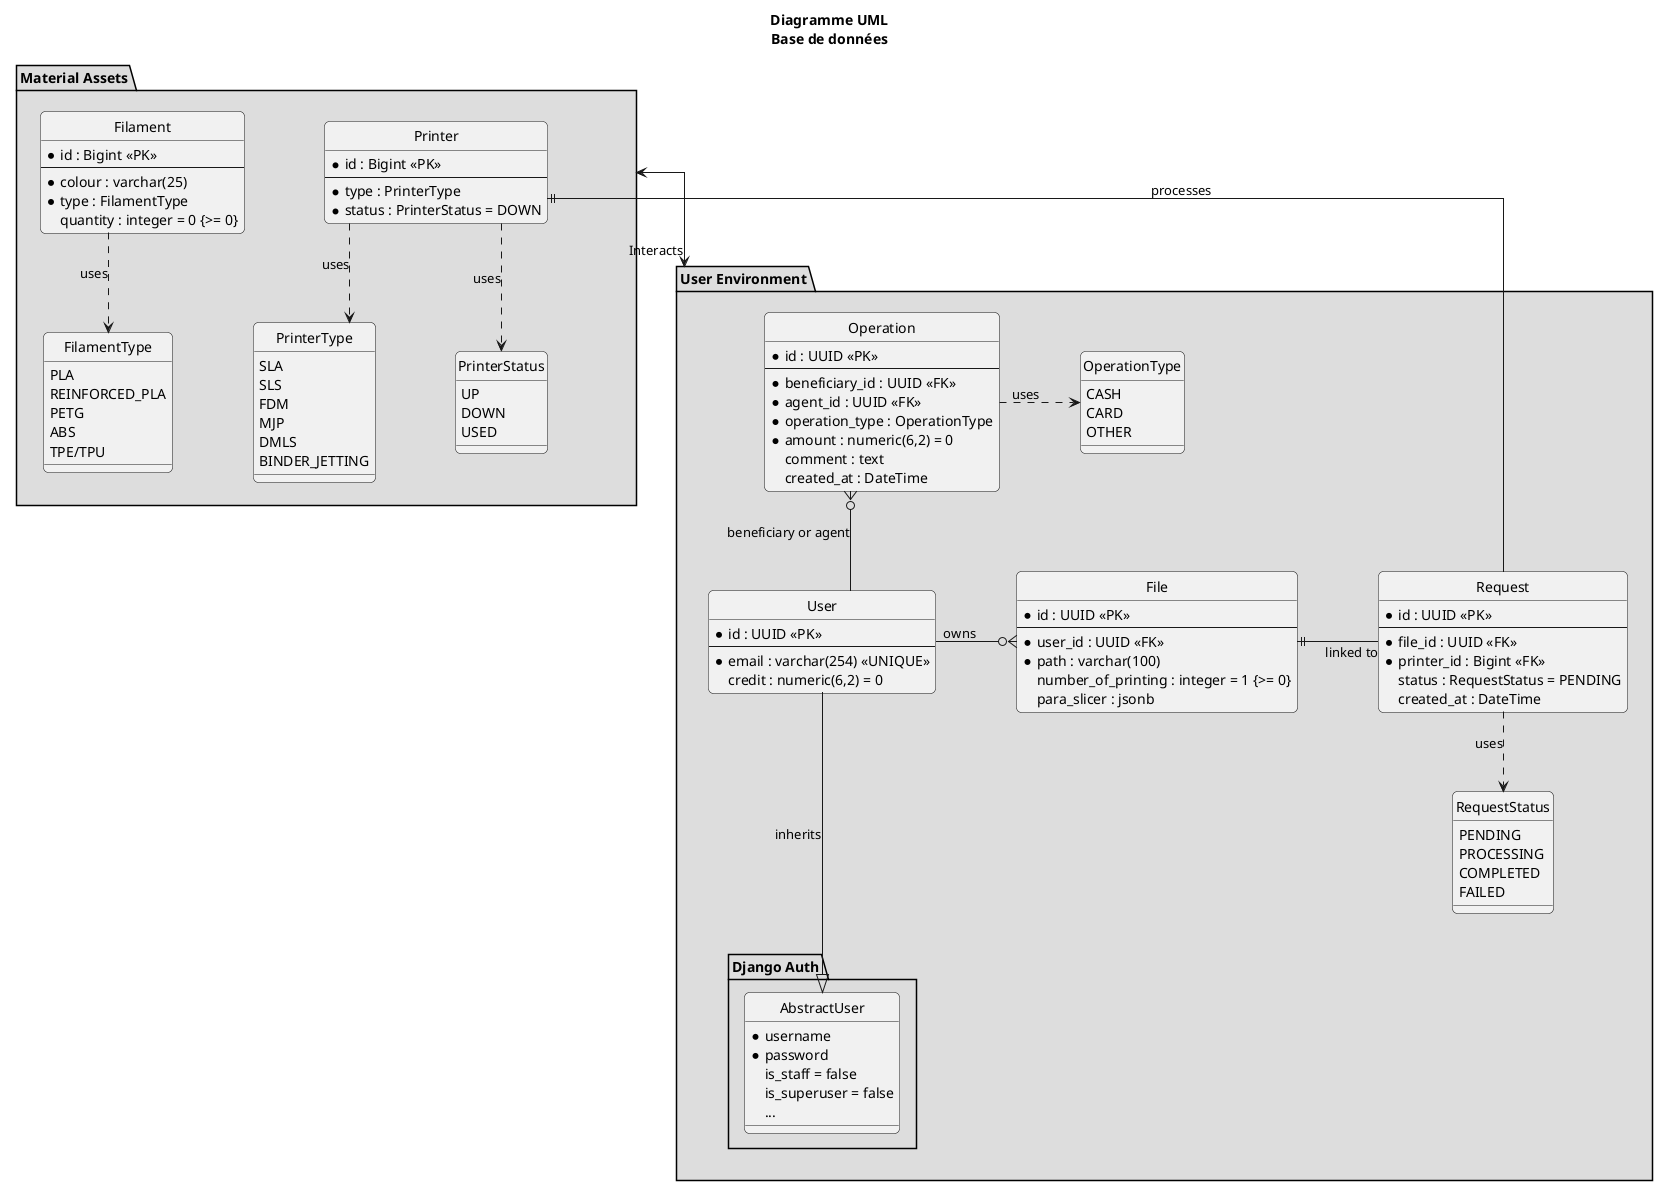
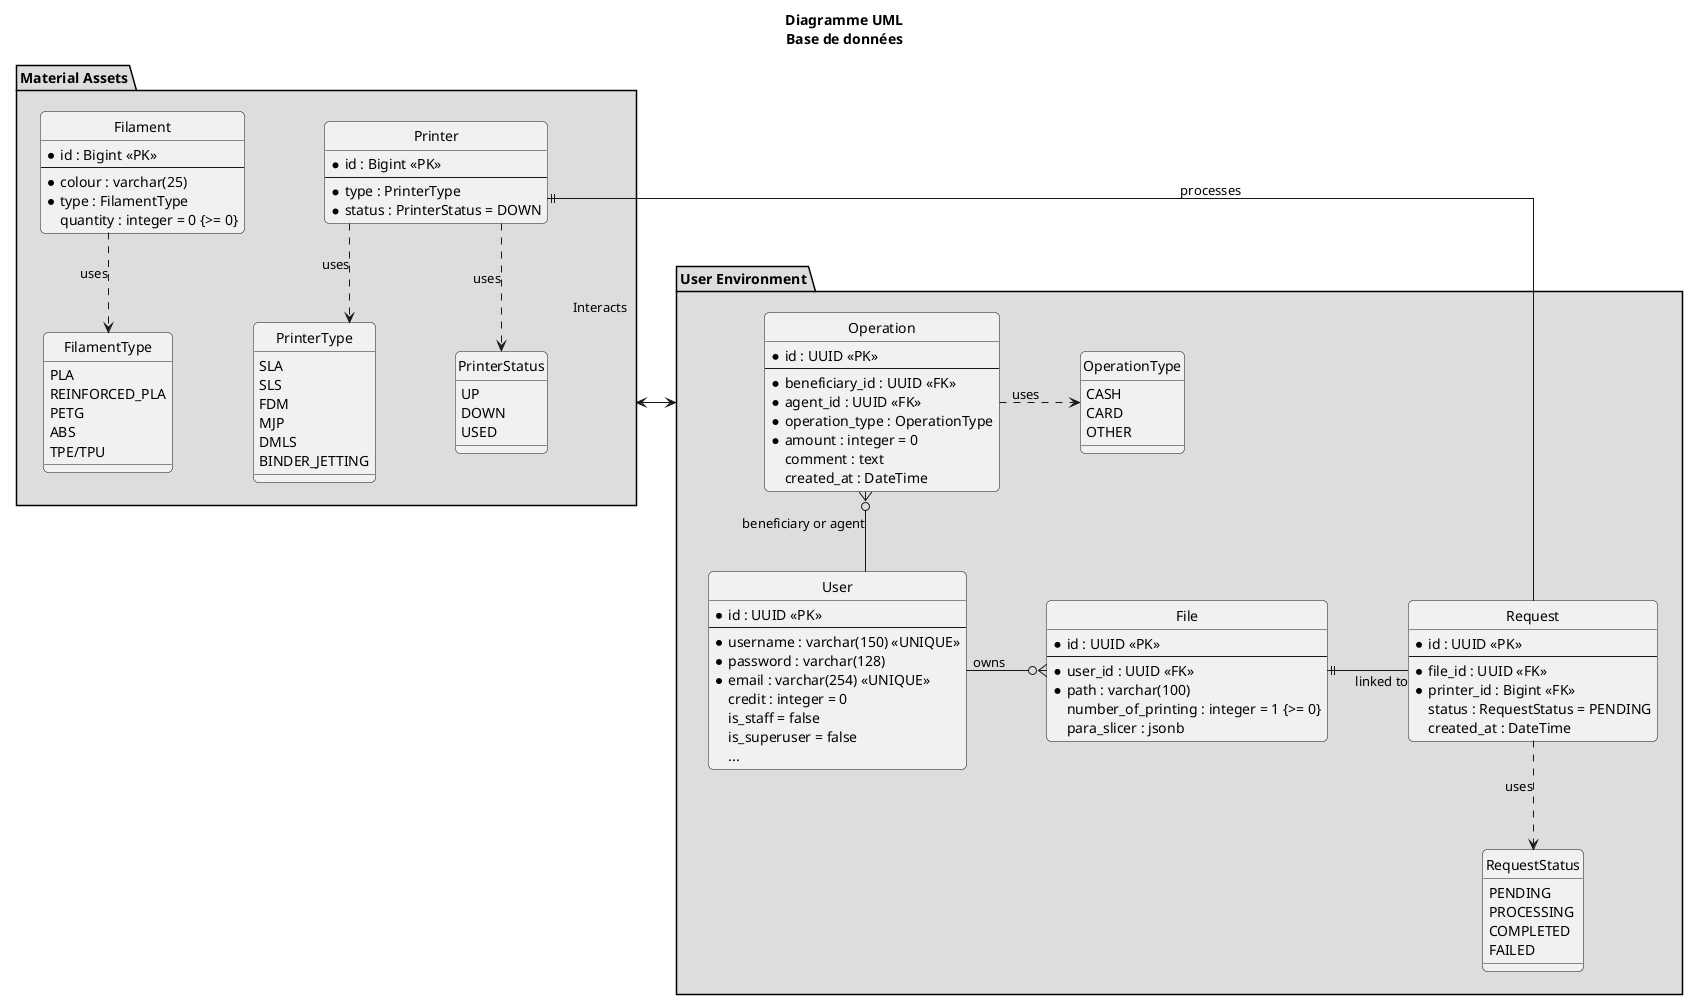
@startuml
title "  Diagramme UML \n Base de données"

hide circle
skinparam linetype ortho
skinparam shadowing false
skinparam roundcorner 10
skinparam nodesep 80
skinparam ranksep 80
skinparam monochrome true
skinparam backgroundColor white
skinparam defaultFontName Segoe UI, Arial, sans-serif
skinparam style strictuml





package "User Environment" #DDDDDD{
-     package "Django Auth" #DDDDDD {
-         class "AbstractUser" as abstract_user {
-             *username
-             *password
-             is_staff = false
-             is_superuser = false
-             ...
-         }
-     }
+ 
    enum RequestStatus {
        PENDING
        PROCESSING
        COMPLETED
        FAILED
    }
    enum OperationType {
        CASH
        CARD
        OTHER
    }

    entity "User" as user {
      *id : UUID <<PK>>
      --
+       *username : varchar(150) <<UNIQUE>>
+       *password : varchar(128)
      *email : varchar(254) <<UNIQUE>>
-       credit : numeric(6,2) = 0
+       credit : integer = 0
+       is_staff = false
+       is_superuser = false
+       ...
    }

    entity "Operation" as operation{
        *id : UUID <<PK>>
        --
        *beneficiary_id : UUID <<FK>>
        *agent_id : UUID <<FK>>
        *operation_type : OperationType
-         *amount : numeric(6,2) = 0
+         *amount : integer = 0
        comment : text
        created_at : DateTime
    }
    entity "File" as file{
        *id : UUID <<PK>>
        --
        *user_id : UUID <<FK>>
        *path : varchar(100)
        number_of_printing : integer = 1 {>= 0}
        para_slicer : jsonb
    }


    entity "Request" as request{
            *id : UUID <<PK>>
            --
            *file_id : UUID <<FK>>
            *printer_id : Bigint <<FK>>
            status : RequestStatus = PENDING
            created_at : DateTime
    }
}
package "Material Assets" #DDDDDD{
    entity "Printer" as printer {
            *id : Bigint <<PK>>
            --
            *type : PrinterType
            *status : PrinterStatus = DOWN
    }

    entity "Filament" as filament{
        *id : Bigint <<PK>>
        --
        *colour : varchar(25)
        *type : FilamentType
        quantity : integer = 0 {>= 0}
    }

    enum FilamentType {
        PLA
        REINFORCED_PLA
        PETG
        ABS
        TPE/TPU
    }

    enum PrinterType {
        SLA
        SLS
        FDM
        MJP
        DMLS
        BINDER_JETTING
    }

    enum PrinterStatus {
        UP
        DOWN
        USED
    }
}




- abstract_user <|--u- user : inherits
file }o-l- user : owns
file ||-r- request : linked to
"Material Assets" <--> "User Environment" : Interacts
printer ||-- request : processes
operation }o-- user : beneficiary or agent
request .d.> RequestStatus : uses
printer ..> PrinterStatus : uses
printer ..> PrinterType : uses
filament ..> FilamentType : uses
operation .r.> OperationType : uses
@enduml